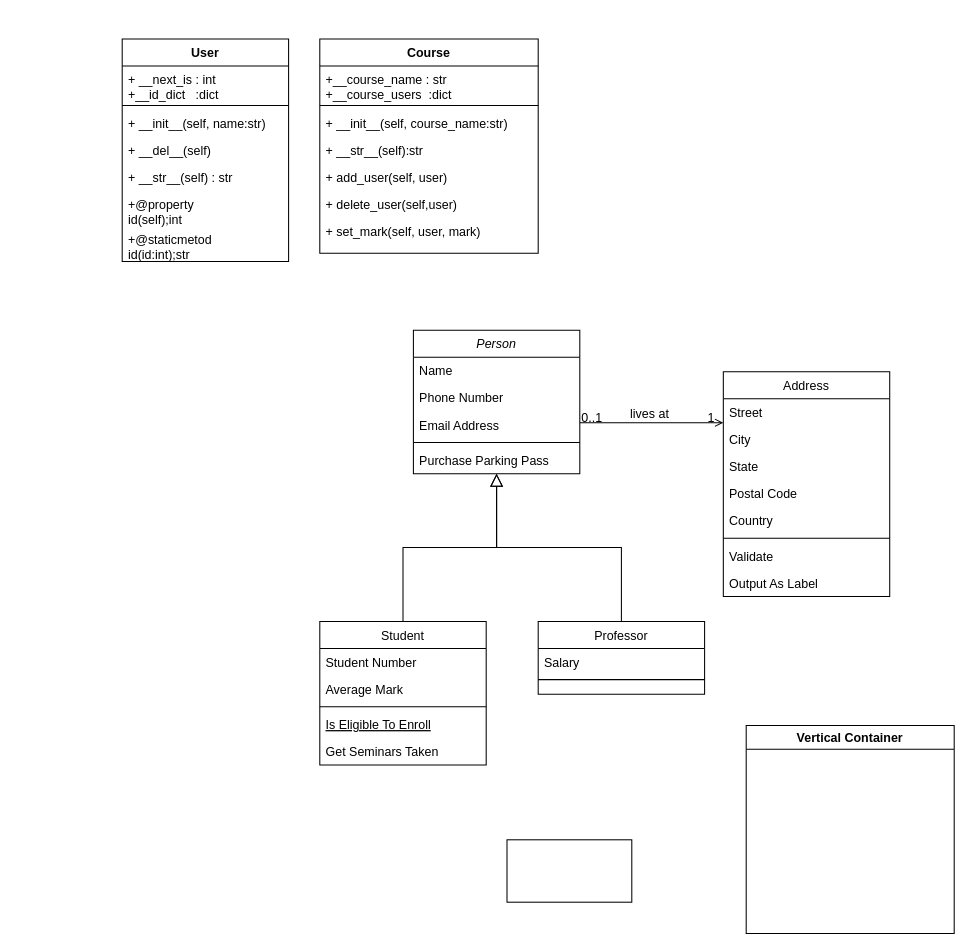
This is 25/Untitled Diagram.drawio from quadrifilar/Codemika, a draw.io file, before an edit. Source tidied: cells renumbered, new cells numbered last; positions are measured from the earlier drawing's top-left corner, leaving out a move shared by most shapes. Both pictures are drawn from the tidied source at 104%, with x=0, y=0 at pixel (122, 38).
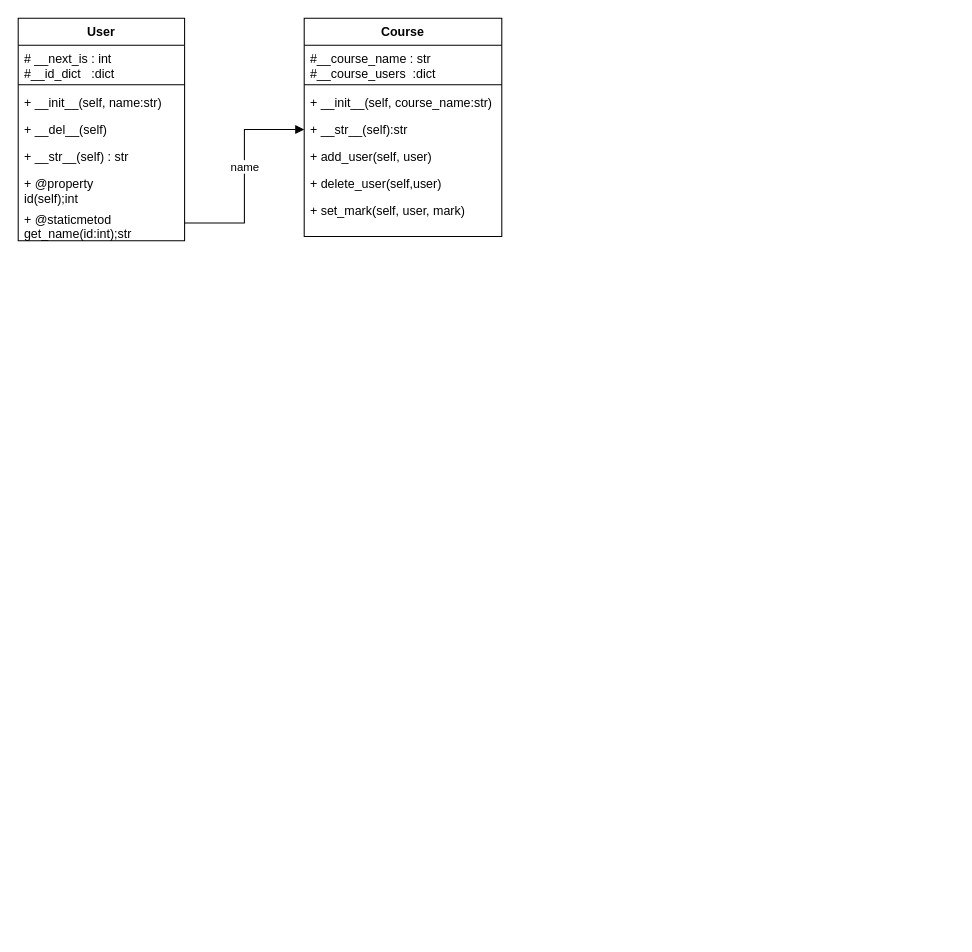
Above is the later version.

Commit message:
Добавлена связь

The edit, as a diff of the source:
```diff
@@
-    <mxCell id="2" value="Person" style="swimlane;fontStyle=2;align=center;verticalAlign=top;horizontal=1;startSize=26;rounded=0;shadow=0;strokeWidth=1;" parent="1" vertex="1">
-      <mxGeometry x="280" y="280" width="160" height="138" as="geometry" />
-    </mxCell>
-    <mxCell id="3" value="Name" style="text;align=left;verticalAlign=top;spacingLeft=4;spacingRight=4;overflow=hidden;" parent="2" vertex="1">
-      <mxGeometry y="26" width="160" height="26" as="geometry" />
-    </mxCell>
-    <mxCell id="4" value="Phone Number" style="text;align=left;verticalAlign=top;spacingLeft=4;spacingRight=4;overflow=hidden;rounded=0;shadow=0;html=0;" parent="2" vertex="1">
-      <mxGeometry y="52" width="160" height="26" as="geometry" />
-    </mxCell>
-    <mxCell id="5" value="Email Address" style="text;align=left;verticalAlign=top;spacingLeft=4;spacingRight=4;overflow=hidden;rounded=0;shadow=0;html=0;" parent="2" vertex="1">
-      <mxGeometry y="78" width="160" height="26" as="geometry" />
-    </mxCell>
-    <mxCell id="6" style="line;html=1;strokeWidth=1;align=left;verticalAlign=middle;spacingTop=-1;spacingLeft=3;spacingRight=3;labelPosition=right;" parent="2" vertex="1">
-      <mxGeometry y="104" width="160" height="8" as="geometry" />
-    </mxCell>
-    <mxCell id="7" value="Purchase Parking Pass" style="text;align=left;verticalAlign=top;spacingLeft=4;spacingRight=4;overflow=hidden;" parent="2" vertex="1">
-      <mxGeometry y="112" width="160" height="26" as="geometry" />
-    </mxCell>
-    <mxCell id="8" value="Student" style="swimlane;fontStyle=0;align=center;verticalAlign=top;horizontal=1;startSize=26;rounded=0;shadow=0;strokeWidth=1;" parent="1" vertex="1">
-      <mxGeometry x="190" y="560" width="160" height="138" as="geometry" />
-    </mxCell>
-    <mxCell id="9" value="Student Number" style="text;align=left;verticalAlign=top;spacingLeft=4;spacingRight=4;overflow=hidden;" parent="8" vertex="1">
-      <mxGeometry y="26" width="160" height="26" as="geometry" />
-    </mxCell>
-    <mxCell id="10" value="Average Mark" style="text;align=left;verticalAlign=top;spacingLeft=4;spacingRight=4;overflow=hidden;rounded=0;shadow=0;html=0;" parent="8" vertex="1">
-      <mxGeometry y="52" width="160" height="26" as="geometry" />
-    </mxCell>
-    <mxCell id="11" style="line;html=1;strokeWidth=1;align=left;verticalAlign=middle;spacingTop=-1;spacingLeft=3;spacingRight=3;labelPosition=right;" parent="8" vertex="1">
-      <mxGeometry y="78" width="160" height="8" as="geometry" />
-    </mxCell>
-    <mxCell id="12" value="Is Eligible To Enroll" style="text;align=left;verticalAlign=top;spacingLeft=4;spacingRight=4;overflow=hidden;fontStyle=4;" parent="8" vertex="1">
-      <mxGeometry y="86" width="160" height="26" as="geometry" />
-    </mxCell>
-    <mxCell id="13" value="Get Seminars Taken" style="text;align=left;verticalAlign=top;spacingLeft=4;spacingRight=4;overflow=hidden;" parent="8" vertex="1">
-      <mxGeometry y="112" width="160" height="26" as="geometry" />
-    </mxCell>
-    <mxCell id="14" style="endArrow=block;endSize=10;endFill=0;shadow=0;strokeWidth=1;rounded=0;edgeStyle=elbowEdgeStyle;elbow=vertical;" parent="1" edge="1" source="8" target="2">
-      <mxGeometry relative="1" as="geometry" />
-    </mxCell>
-    <mxCell id="15" value="Professor" style="swimlane;fontStyle=0;align=center;verticalAlign=top;horizontal=1;startSize=26;rounded=0;shadow=0;strokeWidth=1;" parent="1" vertex="1">
-      <mxGeometry x="400" y="560" width="160" height="70" as="geometry" />
-    </mxCell>
-    <mxCell id="16" value="Salary" style="text;align=left;verticalAlign=top;spacingLeft=4;spacingRight=4;overflow=hidden;" parent="15" vertex="1">
-      <mxGeometry y="26" width="160" height="26" as="geometry" />
-    </mxCell>
-    <mxCell id="17" style="line;html=1;strokeWidth=1;align=left;verticalAlign=middle;spacingTop=-1;spacingLeft=3;spacingRight=3;labelPosition=right;" parent="15" vertex="1">
-      <mxGeometry y="52" width="160" height="8" as="geometry" />
-    </mxCell>
-    <mxCell id="18" style="endArrow=block;endSize=10;endFill=0;shadow=0;strokeWidth=1;rounded=0;edgeStyle=elbowEdgeStyle;elbow=vertical;" parent="1" edge="1" source="15" target="2">
-      <mxGeometry relative="1" as="geometry" />
-    </mxCell>
-    <mxCell id="19" value="Address" style="swimlane;fontStyle=0;align=center;verticalAlign=top;horizontal=1;startSize=26;rounded=0;shadow=0;strokeWidth=1;" parent="1" vertex="1">
-      <mxGeometry x="578" y="320" width="160" height="216" as="geometry" />
-    </mxCell>
-    <mxCell id="20" value="Street" style="text;align=left;verticalAlign=top;spacingLeft=4;spacingRight=4;overflow=hidden;" parent="19" vertex="1">
-      <mxGeometry y="26" width="160" height="26" as="geometry" />
-    </mxCell>
-    <mxCell id="21" value="City" style="text;align=left;verticalAlign=top;spacingLeft=4;spacingRight=4;overflow=hidden;rounded=0;shadow=0;html=0;" parent="19" vertex="1">
-      <mxGeometry y="52" width="160" height="26" as="geometry" />
-    </mxCell>
-    <mxCell id="22" value="State" style="text;align=left;verticalAlign=top;spacingLeft=4;spacingRight=4;overflow=hidden;rounded=0;shadow=0;html=0;" parent="19" vertex="1">
-      <mxGeometry y="78" width="160" height="26" as="geometry" />
-    </mxCell>
-    <mxCell id="23" value="Postal Code" style="text;align=left;verticalAlign=top;spacingLeft=4;spacingRight=4;overflow=hidden;rounded=0;shadow=0;html=0;" parent="19" vertex="1">
-      <mxGeometry y="104" width="160" height="26" as="geometry" />
-    </mxCell>
-    <mxCell id="24" value="Country" style="text;align=left;verticalAlign=top;spacingLeft=4;spacingRight=4;overflow=hidden;rounded=0;shadow=0;html=0;" parent="19" vertex="1">
-      <mxGeometry y="130" width="160" height="26" as="geometry" />
-    </mxCell>
-    <mxCell id="25" style="line;html=1;strokeWidth=1;align=left;verticalAlign=middle;spacingTop=-1;spacingLeft=3;spacingRight=3;labelPosition=right;" parent="19" vertex="1">
-      <mxGeometry y="156" width="160" height="8" as="geometry" />
-    </mxCell>
-    <mxCell id="26" value="Validate" style="text;align=left;verticalAlign=top;spacingLeft=4;spacingRight=4;overflow=hidden;" parent="19" vertex="1">
-      <mxGeometry y="164" width="160" height="26" as="geometry" />
-    </mxCell>
-    <mxCell id="27" value="Output As Label" style="text;align=left;verticalAlign=top;spacingLeft=4;spacingRight=4;overflow=hidden;" parent="19" vertex="1">
-      <mxGeometry y="190" width="160" height="26" as="geometry" />
-    </mxCell>
-    <mxCell id="28" style="endArrow=open;shadow=0;strokeWidth=1;rounded=0;endFill=1;edgeStyle=elbowEdgeStyle;elbow=vertical;" parent="1" edge="1" source="2" target="19">
-      <mxGeometry x="0.5" y="41" relative="1" as="geometry">
-        <mxPoint x="-40" y="32" as="offset" />
-      </mxGeometry>
-    </mxCell>
-    <mxCell id="29" value="0..1" style="align=left;verticalAlign=bottom;labelBackgroundColor=none;fontSize=12;" parent="28" vertex="1">
-      <mxGeometry x="-1" relative="1" as="geometry">
-        <mxPoint y="4" as="offset" />
-      </mxGeometry>
-    </mxCell>
-    <mxCell id="30" value="1" style="align=right;verticalAlign=bottom;labelBackgroundColor=none;fontSize=12;" parent="28" vertex="1">
-      <mxGeometry x="1" relative="1" as="geometry">
-        <mxPoint x="-7" y="4" as="offset" />
-      </mxGeometry>
-    </mxCell>
-    <mxCell id="31" value="lives at" style="text;html=1;align=center;verticalAlign=middle;labelBackgroundColor=none;rounded=0;shadow=0;strokeWidth=1;fontSize=12;" parent="28" vertex="1">
-      <mxGeometry x="0.5" y="49" relative="1" as="geometry">
-        <mxPoint x="-38" y="40" as="offset" />
-      </mxGeometry>
-    </mxCell>
-    <mxCell id="32" style="rounded=0;whiteSpace=wrap;html=1;" parent="1" vertex="1">
-      <mxGeometry x="370" y="770" width="120" height="60" as="geometry" />
-    </mxCell>
-    <mxCell id="33" value="Vertical Container" style="swimlane;" parent="1" vertex="1">
-      <mxGeometry x="600" y="660" width="200" height="200" as="geometry" />
-    </mxCell>
     <mxCell id="34" value="User&#10;" style="swimlane;fontStyle=1;align=center;verticalAlign=top;horizontal=1;startSize=26;" parent="1" vertex="1">
-      <mxGeometry width="160" height="214" as="geometry" />
+      <mxGeometry x="-100" y="-20" width="160" height="214" as="geometry" />
     </mxCell>
-    <mxCell id="35" value="+ __next_is : int&#10;+__id_dict   :dict" style="text;strokeColor=none;fillColor=none;align=left;verticalAlign=top;spacingLeft=4;spacingRight=4;overflow=hidden;" parent="34" vertex="1">
+    <mxCell id="35" value="# __next_is : int&#10;#__id_dict   :dict" style="text;strokeColor=none;fillColor=none;align=left;verticalAlign=top;spacingLeft=4;spacingRight=4;overflow=hidden;" parent="34" vertex="1">
       <mxGeometry y="26" width="160" height="34" as="geometry" />
     </mxCell>
@@
-    <mxCell id="40" value="+@property&#10;id(self);int&#10;" style="text;strokeColor=none;fillColor=none;align=left;verticalAlign=top;spacingLeft=4;spacingRight=4;overflow=hidden;" parent="34" vertex="1">
+    <mxCell id="40" value="+ @property&#10;id(self);int&#10;" style="text;strokeColor=none;fillColor=none;align=left;verticalAlign=top;spacingLeft=4;spacingRight=4;overflow=hidden;" parent="34" vertex="1">
       <mxGeometry y="146" width="160" height="34" as="geometry" />
     </mxCell>
-    <mxCell id="41" value="+@staticmetod&#10;id(id:int);str&#10;" style="text;strokeColor=none;fillColor=none;align=left;verticalAlign=top;spacingLeft=4;spacingRight=4;overflow=hidden;points=[[0,0.5],[1,0.5]];portConstraint=eastwest;" parent="34" vertex="1">
+    <mxCell id="41" value="+ @staticmetod&#10;get_name(id:int);str&#10;" style="text;strokeColor=none;fillColor=none;align=left;verticalAlign=top;spacingLeft=4;spacingRight=4;overflow=hidden;points=[[0,0.5],[1,0.5]];portConstraint=eastwest;" parent="34" vertex="1">
       <mxGeometry y="180" width="160" height="34" as="geometry" />
     </mxCell>
     <mxCell id="42" value="Course" style="swimlane;fontStyle=1;align=center;verticalAlign=top;horizontal=1;startSize=26;" parent="1" vertex="1">
-      <mxGeometry x="190" width="210" height="206" as="geometry" />
+      <mxGeometry x="175" y="-20" width="190" height="210" as="geometry" />
     </mxCell>
-    <mxCell id="43" value="+__course_name : str&#10;+__course_users  :dict" style="text;strokeColor=none;fillColor=none;align=left;verticalAlign=top;spacingLeft=4;spacingRight=4;overflow=hidden;" parent="42" vertex="1">
-      <mxGeometry y="26" width="210" height="34" as="geometry" />
+    <mxCell id="43" value="#__course_name : str&#10;#__course_users  :dict" style="text;strokeColor=none;fillColor=none;align=left;verticalAlign=top;spacingLeft=4;spacingRight=4;overflow=hidden;" parent="42" vertex="1">
+      <mxGeometry y="26" width="190" height="34" as="geometry" />
     </mxCell>
     <mxCell id="44" style="line;strokeWidth=1;fillColor=none;align=left;verticalAlign=middle;spacingTop=-1;spacingLeft=3;spacingRight=3;labelPosition=right;" parent="42" vertex="1">
-      <mxGeometry y="60" width="210" height="8" as="geometry" />
+      <mxGeometry y="60" width="190" height="8" as="geometry" />
     </mxCell>
     <mxCell id="45" value="+ __init__(self, course_name:str)" style="text;strokeColor=none;fillColor=none;align=left;verticalAlign=top;spacingLeft=4;spacingRight=4;overflow=hidden;" parent="42" vertex="1">
-      <mxGeometry y="68" width="210" height="26" as="geometry" />
+      <mxGeometry y="68" width="190" height="26" as="geometry" />
     </mxCell>
     <mxCell id="46" value="+ __str__(self):str" style="text;strokeColor=none;fillColor=none;align=left;verticalAlign=top;spacingLeft=4;spacingRight=4;overflow=hidden;points=[[0,0.5],[1,0.5]];portConstraint=eastwest;" parent="42" vertex="1">
-      <mxGeometry y="94" width="210" height="26" as="geometry" />
+      <mxGeometry y="94" width="190" height="26" as="geometry" />
     </mxCell>
     <mxCell id="47" value="+ add_user(self, user) &#10;                            &#10;" style="text;strokeColor=none;fillColor=none;align=left;verticalAlign=top;spacingLeft=4;spacingRight=4;overflow=hidden;" parent="42" vertex="1">
-      <mxGeometry y="120" width="210" height="26" as="geometry" />
+      <mxGeometry y="120" width="190" height="26" as="geometry" />
     </mxCell>
     <mxCell id="48" value="+ delete_user(self,user)&#10;" style="text;strokeColor=none;fillColor=none;align=left;verticalAlign=top;spacingLeft=4;spacingRight=4;overflow=hidden;" parent="42" vertex="1">
-      <mxGeometry y="146" width="210" height="26" as="geometry" />
+      <mxGeometry y="146" width="190" height="26" as="geometry" />
     </mxCell>
     <mxCell id="49" value="+ set_mark(self, user, mark)" style="text;strokeColor=none;fillColor=none;align=left;verticalAlign=top;spacingLeft=4;spacingRight=4;overflow=hidden;" parent="42" vertex="1">
-      <mxGeometry y="172" width="210" height="34" as="geometry" />
+      <mxGeometry y="172" width="190" height="38" as="geometry" />
     </mxCell>
+    <mxCell id="50" value="name" style="html=1;verticalAlign=bottom;endArrow=block;rounded=0;entryX=0;entryY=0.5;entryDx=0;entryDy=0;exitX=1;exitY=0.5;exitDx=0;exitDy=0;edgeStyle=orthogonalEdgeStyle;" parent="1" edge="1" source="41" target="46">
+      <mxGeometry relative="1" as="geometry" />
+    </mxCell>
```
